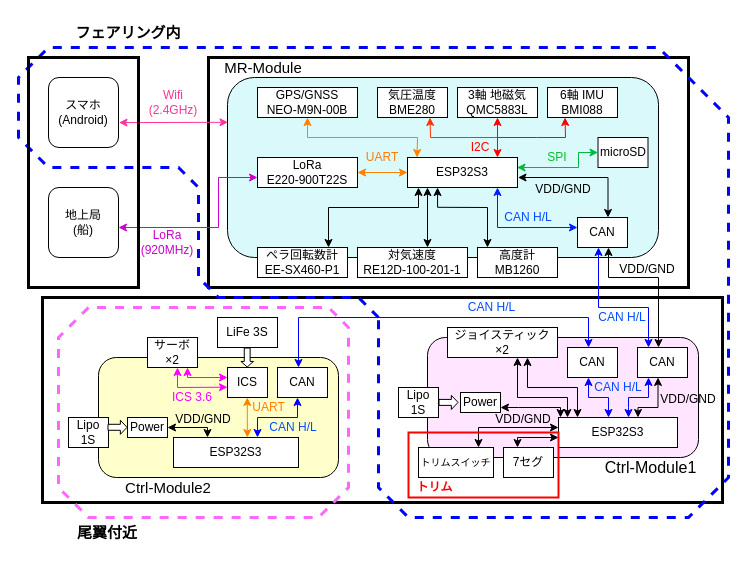
Before: tri-system-diagram.drawio in 21km43/drawio, a draw.io diagram. Source tidied: cells renumbered, new cells numbered last; positions are measured from the earlier drawing's top-left corner, leaving out a move shared by most shapes. Both pictures are drawn from the tidied source at 100%, with x=0, y=0 at pixel (18, 17).
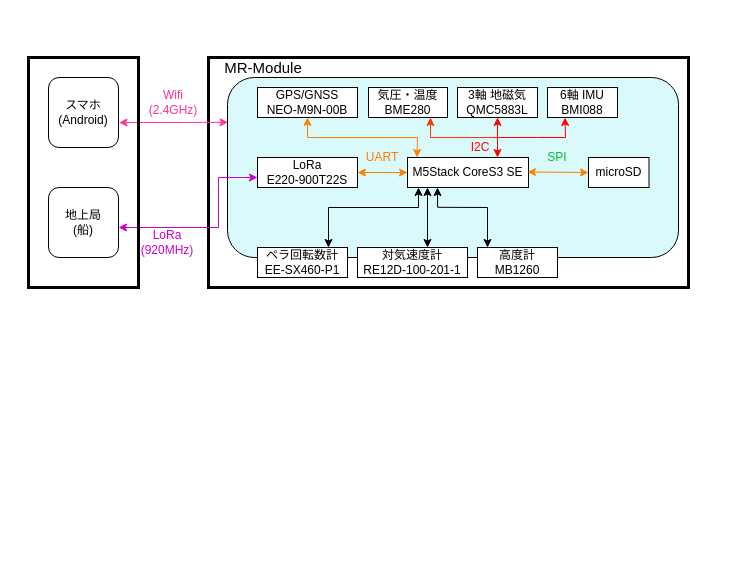
The same diagram, later.

Commit message:
tri-system-diagram.drawio を更新します

Diff of the diagram source:
```diff
@@
-    <mxCell id="3" style="rounded=0;whiteSpace=wrap;html=1;fillColor=none;fontColor=#333333;strokeColor=light-dark(#000000, #959595);strokeWidth=3;" parent="1" vertex="1">
-      <mxGeometry x="24" y="280" width="680" height="205" as="geometry" />
-    </mxCell>
     <mxCell id="4" style="rounded=1;whiteSpace=wrap;html=1;fillColor=#daf9fb;" parent="1" vertex="1">
-      <mxGeometry x="209" y="60" width="431" height="180" as="geometry" />
+      <mxGeometry x="209" y="60" width="451" height="180" as="geometry" />
     </mxCell>
-    <mxCell id="5" value="ESP32S3" style="rounded=0;whiteSpace=wrap;html=1;" parent="1" vertex="1">
-      <mxGeometry x="389" y="140" width="110" height="30" as="geometry" />
+    <mxCell id="5" value="M5Stack CoreS3 SE" style="rounded=0;whiteSpace=wrap;html=1;" parent="1" vertex="1">
+      <mxGeometry x="389" y="140" width="121" height="30" as="geometry" />
     </mxCell>
@@
-    <mxCell id="8" value="気圧温度&lt;div&gt;BME280&lt;/div&gt;" style="rounded=0;whiteSpace=wrap;html=1;" parent="1" vertex="1">
-      <mxGeometry x="359" y="70" width="70" height="30" as="geometry" />
+    <mxCell id="8" value="気圧・温度&lt;div&gt;BME280&lt;/div&gt;" style="rounded=0;whiteSpace=wrap;html=1;" parent="1" vertex="1">
+      <mxGeometry x="350" y="70" width="79" height="30" as="geometry" />
     </mxCell>
@@
     <mxCell id="11" value="microSD" style="rounded=0;whiteSpace=wrap;html=1;" parent="1" vertex="1">
-      <mxGeometry x="579.5" y="120" width="50" height="30" as="geometry" />
+      <mxGeometry x="570" y="140" width="60.5" height="30" as="geometry" />
     </mxCell>
-    <mxCell id="12" value="CAN" style="rounded=0;whiteSpace=wrap;html=1;" parent="1" vertex="1">
-      <mxGeometry x="559" y="200" width="50" height="30" as="geometry" />
-    </mxCell>
-    <mxCell id="13" value="対気速度&lt;div&gt;RE12D-100-201-1&lt;/div&gt;" style="rounded=0;whiteSpace=wrap;html=1;" parent="1" vertex="1">
+    <mxCell id="13" value="対気速度計&lt;div&gt;RE12D-100-201-1&lt;/div&gt;" style="rounded=0;whiteSpace=wrap;html=1;" parent="1" vertex="1">
       <mxGeometry x="339" y="230" width="110" height="30" as="geometry" />
     </mxCell>
@@
-    <mxCell id="18" style="endArrow=classic;html=1;rounded=0;entryX=0.75;entryY=1;entryDx=0;entryDy=0;strokeColor=#ff3300;" parent="1" edge="1" target="8">
+    <mxCell id="18" style="endArrow=classic;html=1;rounded=0;strokeColor=#ff3300;" parent="1" edge="1">
       <mxGeometry relative="1" as="geometry">
         <mxPoint x="479" y="120" as="sourcePoint" />
+        <mxPoint x="412" y="100" as="targetPoint" />
         <Array as="points">
           <mxPoint x="412" y="120" />
         </Array>
       </mxGeometry>
     </mxCell>
@@
-    <mxCell id="22" style="endArrow=classic;startArrow=classic;html=1;rounded=0;fontColor=default;strokeColor=#00b840;labelBorderColor=none;entryX=0;entryY=0.5;entryDx=0;entryDy=0;" parent="1" edge="1" target="11">
-      <mxGeometry relative="1" as="geometry">
-        <mxPoint x="498.5" y="150" as="sourcePoint" />
-        <Array as="points">
-          <mxPoint x="560" y="150" />
-          <mxPoint x="560" y="135" />
-        </Array>
-      </mxGeometry>
-    </mxCell>
@@
-    <mxCell id="28" style="endArrow=classic;startArrow=classic;html=1;rounded=0;strokeColor=#001eff;" parent="1" edge="1">
-      <mxGeometry relative="1" as="geometry">
-        <mxPoint x="479" y="170" as="sourcePoint" />
-        <mxPoint x="559" y="210" as="targetPoint" />
-        <Array as="points">
-          <mxPoint x="479" y="210" />
-        </Array>
-      </mxGeometry>
-    </mxCell>
-    <mxCell id="29" value="CAN H/L" style="text;html=1;align=center;verticalAlign=middle;whiteSpace=wrap;rounded=0;fontColor=#004cff;" parent="1" vertex="1">
-      <mxGeometry x="485" y="190" width="50" height="20" as="geometry" />
-    </mxCell>
@@
-    <mxCell id="31" style="rounded=1;whiteSpace=wrap;html=1;fillColor=#ffe5ff;" parent="1" vertex="1">
-      <mxGeometry x="409" y="320" width="271" height="120" as="geometry" />
-    </mxCell>
-    <mxCell id="32" value="ESP32S3" style="rounded=0;whiteSpace=wrap;html=1;" parent="1" vertex="1">
-      <mxGeometry x="540" y="400" width="119" height="30" as="geometry" />
-    </mxCell>
-    <mxCell id="33" value="CAN" style="rounded=0;whiteSpace=wrap;html=1;" parent="1" vertex="1">
-      <mxGeometry x="619" y="330" width="50" height="30" as="geometry" />
-    </mxCell>
-    <mxCell id="34" value="ジョイスティック×2" style="rounded=0;whiteSpace=wrap;html=1;" parent="1" vertex="1">
-      <mxGeometry x="429" y="310" width="110" height="30" as="geometry" />
-    </mxCell>
-    <mxCell id="35" style="endArrow=classic;startArrow=classic;html=1;rounded=0;strokeColor=#0000FF;" parent="1" edge="1">
-      <mxGeometry relative="1" as="geometry">
-        <mxPoint x="630" y="330" as="sourcePoint" />
-        <mxPoint x="580" y="230" as="targetPoint" />
-        <Array as="points">
-          <mxPoint x="630" y="290" />
-          <mxPoint x="580" y="290" />
-        </Array>
-      </mxGeometry>
-    </mxCell>
-    <mxCell id="36" style="rounded=1;whiteSpace=wrap;html=1;strokeColor=#000000;fillColor=#FFFFCC;" parent="1" vertex="1">
-      <mxGeometry x="80" y="340" width="240" height="120" as="geometry" />
-    </mxCell>
-    <mxCell id="37" style="endArrow=classic;startArrow=classic;html=1;rounded=0;strokeColor=#0000FF;" parent="1" edge="1">
-      <mxGeometry relative="1" as="geometry">
-        <mxPoint x="590" y="400" as="sourcePoint" />
-        <mxPoint x="570" y="360" as="targetPoint" />
-        <Array as="points">
-          <mxPoint x="590" y="380" />
-          <mxPoint x="570" y="380" />
-        </Array>
-      </mxGeometry>
-    </mxCell>
-    <mxCell id="38" value="CAN H/L" style="text;html=1;align=center;verticalAlign=middle;whiteSpace=wrap;rounded=0;fontColor=#004cff;" parent="1" vertex="1">
-      <mxGeometry x="574.5" y="360" width="50" height="20" as="geometry" />
-    </mxCell>
-    <mxCell id="39" value="CAN H/L" style="text;html=1;align=center;verticalAlign=middle;whiteSpace=wrap;rounded=0;fontColor=#004cff;" parent="1" vertex="1">
-      <mxGeometry x="448" y="280" width="51" height="20" as="geometry" />
-    </mxCell>
-    <mxCell id="40" style="endArrow=classic;startArrow=classic;html=1;rounded=0;" parent="1" edge="1">
-      <mxGeometry relative="1" as="geometry">
-        <mxPoint x="559" y="400" as="sourcePoint" />
-        <mxPoint x="509" y="340" as="targetPoint" />
-        <Array as="points">
-          <mxPoint x="559" y="370" />
-          <mxPoint x="509" y="370" />
-        </Array>
-      </mxGeometry>
-    </mxCell>
-    <mxCell id="41" value="CAN" style="rounded=0;whiteSpace=wrap;html=1;" parent="1" vertex="1">
-      <mxGeometry x="259" y="350" width="50" height="30" as="geometry" />
-    </mxCell>
-    <mxCell id="42" value="ESP32S3" style="rounded=0;whiteSpace=wrap;html=1;" parent="1" vertex="1">
-      <mxGeometry x="155" y="420" width="125" height="30" as="geometry" />
-    </mxCell>
-    <mxCell id="43" style="endArrow=classic;startArrow=classic;html=1;rounded=0;strokeColor=#0000FF;" parent="1" edge="1">
-      <mxGeometry relative="1" as="geometry">
-        <mxPoint x="239" y="420" as="sourcePoint" />
-        <mxPoint x="279" y="380" as="targetPoint" />
-        <Array as="points">
-          <mxPoint x="239" y="400" />
-          <mxPoint x="279" y="400" />
-        </Array>
-      </mxGeometry>
-    </mxCell>
-    <mxCell id="44" value="CAN H/L" style="text;html=1;align=center;verticalAlign=middle;whiteSpace=wrap;rounded=0;fontColor=#004cff;" parent="1" vertex="1">
-      <mxGeometry x="250" y="400" width="50" height="20" as="geometry" />
-    </mxCell>
-    <mxCell id="45" value="ICS" style="rounded=0;whiteSpace=wrap;html=1;" parent="1" vertex="1">
-      <mxGeometry x="209" y="350" width="40" height="30" as="geometry" />
-    </mxCell>
-    <mxCell id="46" style="endArrow=classic;startArrow=classic;html=1;rounded=0;strokeColor=#FF8000;exitX=1;exitY=0.5;exitDx=0;exitDy=0;fontColor=#FF8000;" parent="1" edge="1">
-      <mxGeometry relative="1" as="geometry">
-        <mxPoint x="228.8" y="380" as="sourcePoint" />
-        <mxPoint x="228.8" y="420" as="targetPoint" />
-      </mxGeometry>
-    </mxCell>
-    <mxCell id="47" value="&lt;font&gt;UART&lt;/font&gt;" style="text;html=1;align=center;verticalAlign=middle;whiteSpace=wrap;rounded=0;fontColor=#FF8000;" parent="1" vertex="1">
-      <mxGeometry x="230" y="380" width="41" height="20" as="geometry" />
-    </mxCell>
-    <mxCell id="48" value="サーボ×2" style="rounded=0;whiteSpace=wrap;html=1;" parent="1" vertex="1">
-      <mxGeometry x="129" y="320" width="50" height="30" as="geometry" />
-    </mxCell>
-    <mxCell id="49" style="endArrow=classic;startArrow=classic;html=1;rounded=0;strokeColor=#FF00FF;" parent="1" edge="1">
-      <mxGeometry relative="1" as="geometry">
-        <mxPoint x="169" y="350" as="sourcePoint" />
-        <mxPoint x="209" y="360" as="targetPoint" />
-        <Array as="points">
-          <mxPoint x="169" y="360" />
-        </Array>
-      </mxGeometry>
-    </mxCell>
-    <mxCell id="50" value="ICS 3.6" style="text;html=1;align=center;verticalAlign=middle;whiteSpace=wrap;rounded=0;fontColor=#FF00FF;" parent="1" vertex="1">
-      <mxGeometry x="149" y="370" width="50" height="20" as="geometry" />
-    </mxCell>
-    <mxCell id="51" style="endArrow=classic;startArrow=classic;html=1;rounded=0;strokeColor=#FF00FF;" parent="1" edge="1">
-      <mxGeometry relative="1" as="geometry">
-        <mxPoint x="159" y="350" as="sourcePoint" />
-        <mxPoint x="209" y="369.7" as="targetPoint" />
-        <Array as="points">
-          <mxPoint x="159" y="370" />
-        </Array>
-      </mxGeometry>
-    </mxCell>
-    <mxCell id="52" style="endArrow=classic;startArrow=classic;html=1;rounded=0;" parent="1" edge="1">
-      <mxGeometry relative="1" as="geometry">
-        <mxPoint x="549" y="400" as="sourcePoint" />
-        <mxPoint x="499" y="340" as="targetPoint" />
-        <Array as="points">
-          <mxPoint x="549" y="380" />
-          <mxPoint x="499" y="380" />
-        </Array>
-      </mxGeometry>
-    </mxCell>
-    <mxCell id="53" value="&lt;font style=&quot;font-size: 16px;&quot;&gt;Ctrl-Module1&lt;/font&gt;" style="text;html=1;align=center;verticalAlign=middle;whiteSpace=wrap;rounded=0;" parent="1" vertex="1">
-      <mxGeometry x="579.5" y="440" width="105" height="20" as="geometry" />
-    </mxCell>
@@
-    <mxCell id="56" value="&lt;font style=&quot;font-size: 15px;&quot;&gt;Ctrl-Module2&lt;/font&gt;" style="text;html=1;align=center;verticalAlign=middle;whiteSpace=wrap;rounded=0;" parent="1" vertex="1">
-      <mxGeometry x="100" y="460" width="100" height="20" as="geometry" />
-    </mxCell>
@@
-    <mxCell id="61" value="&lt;font style=&quot;font-size: 10px;&quot;&gt;トリムスイッチ&lt;/font&gt;" style="rounded=0;whiteSpace=wrap;html=1;" parent="1" vertex="1">
-      <mxGeometry x="400" y="430" width="75" height="30" as="geometry" />
-    </mxCell>
-    <mxCell id="62" style="endArrow=classic;startArrow=classic;html=1;rounded=0;" parent="1" edge="1">
-      <mxGeometry relative="1" as="geometry">
-        <mxPoint x="460" y="430" as="sourcePoint" />
-        <mxPoint x="540" y="410" as="targetPoint" />
-        <Array as="points">
-          <mxPoint x="460" y="410" />
-        </Array>
-      </mxGeometry>
-    </mxCell>
@@
-    <mxCell id="65" value="CAN" style="rounded=0;whiteSpace=wrap;html=1;" parent="1" vertex="1">
-      <mxGeometry x="549" y="330" width="50" height="30" as="geometry" />
-    </mxCell>
-    <mxCell id="66" style="endArrow=classic;startArrow=classic;html=1;rounded=0;strokeColor=#0000FF;exitX=0.42;exitY=0;exitDx=0;exitDy=0;exitPerimeter=0;" parent="1" edge="1" source="41">
-      <mxGeometry relative="1" as="geometry">
-        <mxPoint x="570" y="330" as="targetPoint" />
-        <Array as="points">
-          <mxPoint x="280" y="300" />
-          <mxPoint x="570" y="300" />
-        </Array>
-      </mxGeometry>
-    </mxCell>
-    <mxCell id="67" style="endArrow=classic;startArrow=classic;html=1;rounded=0;strokeColor=#0000FF;" parent="1" edge="1">
-      <mxGeometry relative="1" as="geometry">
-        <mxPoint x="610" y="400" as="sourcePoint" />
-        <mxPoint x="630" y="360" as="targetPoint" />
-        <Array as="points">
-          <mxPoint x="610" y="390" />
-          <mxPoint x="610" y="380" />
-          <mxPoint x="630" y="380" />
-        </Array>
-      </mxGeometry>
-    </mxCell>
-    <mxCell id="68" value="CAN H/L" style="text;html=1;align=center;verticalAlign=middle;whiteSpace=wrap;rounded=0;fontColor=#004cff;" parent="1" vertex="1">
-      <mxGeometry x="579" y="290" width="50" height="20" as="geometry" />
-    </mxCell>
-    <mxCell id="69" style="endArrow=none;dashed=1;html=1;rounded=0;strokeColor=#0000FF;strokeWidth=3;" parent="1" edge="1">
-      <mxGeometry relative="1" as="geometry">
-        <mxPoint x="360" y="300" as="sourcePoint" />
-        <mxPoint x="360" y="300" as="targetPoint" />
-        <Array as="points">
-          <mxPoint x="340" y="280" />
-          <mxPoint x="200" y="280" />
-          <mxPoint x="180" y="260" />
-          <mxPoint x="180" y="170" />
-          <mxPoint x="160" y="150" />
-          <mxPoint x="30" y="150" />
-          <mxPoint y="120" />
-          <mxPoint y="60" />
-          <mxPoint x="30" y="30" />
-          <mxPoint x="640" y="30" />
-          <mxPoint x="710" y="100" />
-          <mxPoint x="710" y="460" />
-          <mxPoint x="670" y="500" />
-          <mxPoint x="390" y="500" />
-          <mxPoint x="360" y="470" />
-        </Array>
-      </mxGeometry>
-    </mxCell>
-    <mxCell id="70" value="フェアリング内" style="text;html=1;align=center;verticalAlign=middle;whiteSpace=wrap;rounded=0;fontStyle=1;fontSize=15;" parent="1" vertex="1">
-      <mxGeometry x="50" width="120" height="30" as="geometry" />
-    </mxCell>
-    <mxCell id="71" style="endArrow=none;dashed=1;html=1;rounded=0;strokeColor=#FF66FF;strokeWidth=3;" parent="1" edge="1">
-      <mxGeometry relative="1" as="geometry">
-        <mxPoint x="70" y="290" as="sourcePoint" />
-        <mxPoint x="70" y="290" as="targetPoint" />
-        <Array as="points">
-          <mxPoint x="40" y="320" />
-          <mxPoint x="40" y="470" />
-          <mxPoint x="70" y="500" />
-          <mxPoint x="300" y="500" />
-          <mxPoint x="330" y="470" />
-          <mxPoint x="330" y="310" />
-          <mxPoint x="310" y="290" />
-        </Array>
-      </mxGeometry>
-    </mxCell>
-    <mxCell id="72" value="&lt;b&gt;&lt;font style=&quot;font-size: 15px;&quot;&gt;尾翼付近&lt;/font&gt;&lt;/b&gt;" style="text;html=1;align=center;verticalAlign=middle;whiteSpace=wrap;rounded=0;" parent="1" vertex="1">
-      <mxGeometry x="49" y="490" width="80" height="50" as="geometry" />
-    </mxCell>
-    <mxCell id="73" value="7セグ" style="rounded=0;whiteSpace=wrap;html=1;" parent="1" vertex="1">
-      <mxGeometry x="485" y="430" width="50" height="30" as="geometry" />
-    </mxCell>
-    <mxCell id="74" style="endArrow=classic;startArrow=classic;html=1;rounded=0;" parent="1" edge="1">
-      <mxGeometry relative="1" as="geometry">
-        <mxPoint x="499" y="430" as="sourcePoint" />
-        <mxPoint x="540" y="420" as="targetPoint" />
-        <Array as="points">
-          <mxPoint x="499" y="420" />
-        </Array>
-      </mxGeometry>
-    </mxCell>
-    <mxCell id="75" value="Power" style="rounded=0;whiteSpace=wrap;html=1;" parent="1" vertex="1">
-      <mxGeometry x="442" y="375" width="40" height="20" as="geometry" />
-    </mxCell>
-    <mxCell id="76" style="endArrow=classic;startArrow=classic;html=1;rounded=0;" parent="1" edge="1">
-      <mxGeometry relative="1" as="geometry">
-        <mxPoint x="499.5" y="160" as="sourcePoint" />
-        <mxPoint x="589.5" y="200" as="targetPoint" />
-        <Array as="points">
-          <mxPoint x="589.5" y="160" />
-        </Array>
-      </mxGeometry>
-    </mxCell>
-    <mxCell id="77" value="Lipo&lt;div&gt;1S&lt;/div&gt;" style="rounded=0;whiteSpace=wrap;html=1;" parent="1" vertex="1">
-      <mxGeometry x="380" y="370" width="40" height="30" as="geometry" />
-    </mxCell>
-    <mxCell id="78" value="LiFe 3S" style="rounded=0;whiteSpace=wrap;html=1;" parent="1" vertex="1">
-      <mxGeometry x="199" y="300" width="60" height="30" as="geometry" />
-    </mxCell>
-    <mxCell id="79" style="shape=flexArrow;endArrow=classic;html=1;rounded=0;width=5.866666666666666;endSize=1.524;endWidth=5.751111111111111;fillColor=default;" parent="1" edge="1">
-      <mxGeometry relative="1" as="geometry">
-        <mxPoint x="228.7" y="330" as="sourcePoint" />
-        <mxPoint x="228.7" y="350" as="targetPoint" />
-      </mxGeometry>
-    </mxCell>
-    <mxCell id="80" value="&lt;font style=&quot;font-size: 12px;&quot;&gt;VDD/GND&lt;/font&gt;" style="text;html=1;align=center;verticalAlign=middle;whiteSpace=wrap;rounded=0;fontSize=16;" parent="1" vertex="1">
-      <mxGeometry x="514.5" y="160" width="60" height="20" as="geometry" />
-    </mxCell>
-    <mxCell id="81" style="endArrow=classic;startArrow=classic;html=1;rounded=0;fontSize=12;startSize=6;endSize=6;curved=0;strokeWidth=1;" parent="1" edge="1">
-      <mxGeometry relative="1" as="geometry">
-        <mxPoint x="590" y="230" as="sourcePoint" />
-        <mxPoint x="640" y="330" as="targetPoint" />
-        <Array as="points">
-          <mxPoint x="590" y="260" />
-          <mxPoint x="640" y="260" />
-        </Array>
-      </mxGeometry>
-    </mxCell>
-    <mxCell id="82" value="&lt;font style=&quot;font-size: 12px;&quot;&gt;VDD/GND&lt;/font&gt;" style="text;html=1;align=center;verticalAlign=middle;whiteSpace=wrap;rounded=0;fontSize=16;" parent="1" vertex="1">
-      <mxGeometry x="599" y="240" width="60" height="20" as="geometry" />
-    </mxCell>
-    <mxCell id="83" style="endArrow=classic;startArrow=classic;html=1;rounded=0;fontSize=12;startSize=6;endSize=6;curved=0;strokeWidth=1;" parent="1" edge="1">
-      <mxGeometry relative="1" as="geometry">
-        <mxPoint x="639.5" y="360" as="sourcePoint" />
-        <mxPoint x="619.5" y="400" as="targetPoint" />
-        <Array as="points">
-          <mxPoint x="639.5" y="390" />
-          <mxPoint x="619.5" y="390" />
-        </Array>
-      </mxGeometry>
-    </mxCell>
-    <mxCell id="84" value="&lt;font style=&quot;font-size: 12px;&quot;&gt;VDD/GND&lt;/font&gt;" style="text;html=1;align=center;verticalAlign=middle;whiteSpace=wrap;rounded=0;fontSize=16;" parent="1" vertex="1">
-      <mxGeometry x="640" y="370" width="60" height="20" as="geometry" />
-    </mxCell>
@@
-    <mxCell id="86" value="Lipo 1S" style="rounded=0;whiteSpace=wrap;html=1;" parent="1" vertex="1">
-      <mxGeometry x="50" y="400" width="40" height="30" as="geometry" />
-    </mxCell>
-    <mxCell id="87" value="Power" style="rounded=0;whiteSpace=wrap;html=1;" parent="1" vertex="1">
-      <mxGeometry x="109" y="400" width="40" height="20" as="geometry" />
-    </mxCell>
-    <mxCell id="88" style="shape=flexArrow;endArrow=classic;html=1;rounded=0;endWidth=7.161233089376803;endSize=1.878395061728395;width=5.9880239520958085;fillColor=default;" parent="1" edge="1">
-      <mxGeometry relative="1" as="geometry">
-        <mxPoint x="89" y="409.8" as="sourcePoint" />
-        <mxPoint x="109" y="409.8" as="targetPoint" />
-      </mxGeometry>
-    </mxCell>
-    <mxCell id="89" style="endArrow=classic;startArrow=classic;html=1;rounded=0;" parent="1" edge="1">
-      <mxGeometry relative="1" as="geometry">
-        <mxPoint x="149" y="410" as="sourcePoint" />
-        <mxPoint x="189" y="420" as="targetPoint" />
-        <Array as="points">
-          <mxPoint x="189" y="410" />
-        </Array>
-      </mxGeometry>
-    </mxCell>
-    <mxCell id="90" value="&lt;font style=&quot;font-size: 12px;&quot;&gt;VDD/GND&lt;/font&gt;" style="text;html=1;align=center;verticalAlign=middle;whiteSpace=wrap;rounded=0;fontSize=16;" parent="1" vertex="1">
-      <mxGeometry x="155" y="390" width="60" height="20" as="geometry" />
-    </mxCell>
-    <mxCell id="91" style="shape=flexArrow;endArrow=classic;html=1;rounded=0;endWidth=7.161233089376803;endSize=1.878395061728395;width=5.9880239520958085;fillColor=default;" parent="1" edge="1">
-      <mxGeometry relative="1" as="geometry">
-        <mxPoint x="420" y="384.9" as="sourcePoint" />
-        <mxPoint x="440" y="384.9" as="targetPoint" />
-      </mxGeometry>
-    </mxCell>
-    <mxCell id="92" style="endArrow=classic;startArrow=classic;html=1;rounded=0;fontSize=12;startSize=6;endSize=6;curved=0;strokeWidth=1;" parent="1" edge="1">
-      <mxGeometry relative="1" as="geometry">
-        <mxPoint x="542" y="400" as="sourcePoint" />
-        <mxPoint x="482" y="390" as="targetPoint" />
-        <Array as="points">
-          <mxPoint x="542" y="390" />
-          <mxPoint x="500" y="390" />
-          <mxPoint x="482" y="390" />
-        </Array>
-      </mxGeometry>
-    </mxCell>
-    <mxCell id="93" value="&lt;font style=&quot;font-size: 12px;&quot;&gt;VDD/GND&lt;/font&gt;" style="text;html=1;align=center;verticalAlign=middle;whiteSpace=wrap;rounded=0;fontSize=16;" parent="1" vertex="1">
-      <mxGeometry x="475" y="390" width="60" height="20" as="geometry" />
-    </mxCell>
-    <mxCell id="94" style="rounded=0;whiteSpace=wrap;html=1;fillColor=none;strokeWidth=2;strokeColor=#FF0000;" parent="1" vertex="1">
-      <mxGeometry x="390" y="415" width="150" height="65" as="geometry" />
-    </mxCell>
-    <mxCell id="95" value="&lt;font style=&quot;color: rgb(255, 0, 0);&quot;&gt;&lt;b&gt;トリム&lt;/b&gt;&lt;/font&gt;" style="text;html=1;align=center;verticalAlign=middle;whiteSpace=wrap;rounded=0;" parent="1" vertex="1">
-      <mxGeometry x="391" y="460" width="51" height="20" as="geometry" />
-    </mxCell>
+    <mxCell id="96" style="endArrow=classic;startArrow=classic;html=1;rounded=0;strokeColor=#FF8000;entryX=0;entryY=0.5;entryDx=0;entryDy=0;exitX=1;exitY=0.5;exitDx=0;exitDy=0;fontColor=#000000;" parent="1" edge="1" target="11">
+      <mxGeometry relative="1" as="geometry">
+        <mxPoint x="509" y="154.5" as="sourcePoint" />
+      </mxGeometry>
+    </mxCell>
```
